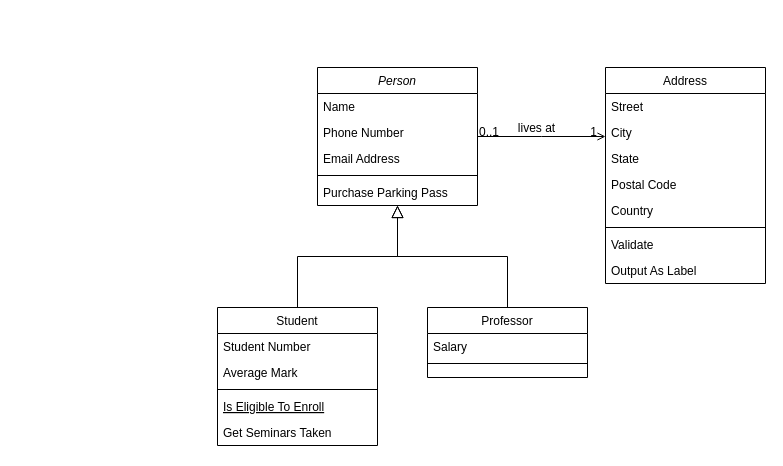
Earlier version of the draw.io diagram docs/diagrams/class_diagram.drawio (13TRIS/13TRIS). Source tidied: cells renumbered, new cells numbered last; positions are measured from the earlier drawing's top-left corner, leaving out a move shared by most shapes. Both pictures are drawn from the tidied source at 100%, with x=0, y=0 at pixel (217, 67).
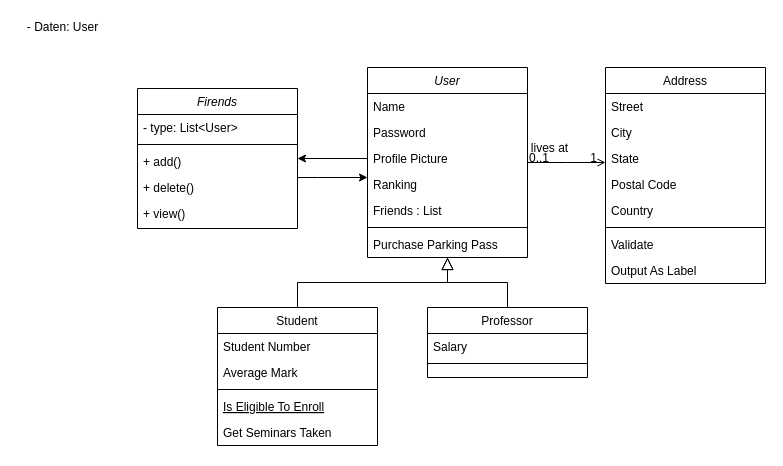
The same diagram, later.

The change refers to these unchanged cells:
```xml
<mxCell id="28" style="endArrow=open;shadow=0;strokeWidth=1;rounded=0;endFill=1;edgeStyle=elbowEdgeStyle;elbow=vertical;" parent="1" edge="1" source="2" target="19">
  <mxGeometry x="0.5" y="41" relative="1" as="geometry">
    <mxPoint x="-40" y="32" as="offset" />
  </mxGeometry>
</mxCell>
```

Diff of the diagram source:
```diff
@@
-    <mxCell id="2" value="Person" style="swimlane;fontStyle=2;align=center;verticalAlign=top;horizontal=1;startSize=26;rounded=0;shadow=0;strokeWidth=1;" parent="1" vertex="1">
-      <mxGeometry x="100" width="160" height="138" as="geometry" />
+    <mxCell id="2" value="User" style="swimlane;fontStyle=2;align=center;verticalAlign=top;horizontal=1;startSize=26;rounded=0;shadow=0;strokeWidth=1;" parent="1" vertex="1">
+      <mxGeometry x="150" width="160" height="190" as="geometry" />
     </mxCell>
@@
-    <mxCell id="4" value="Phone Number" style="text;align=left;verticalAlign=top;spacingLeft=4;spacingRight=4;overflow=hidden;rounded=0;shadow=0;html=0;" parent="2" vertex="1">
+    <mxCell id="4" value="Password" style="text;align=left;verticalAlign=top;spacingLeft=4;spacingRight=4;overflow=hidden;rounded=0;shadow=0;html=0;" parent="2" vertex="1">
       <mxGeometry y="52" width="160" height="26" as="geometry" />
     </mxCell>
-    <mxCell id="5" value="Email Address" style="text;align=left;verticalAlign=top;spacingLeft=4;spacingRight=4;overflow=hidden;points=[[0,0.5],[1,0.5]];portConstraint=eastwest;rounded=0;shadow=0;html=0;" parent="2" vertex="1">
+    <mxCell id="5" value="Profile Picture" style="text;align=left;verticalAlign=top;spacingLeft=4;spacingRight=4;overflow=hidden;points=[[0,0.5],[1,0.5]];portConstraint=eastwest;rounded=0;shadow=0;html=0;" parent="2" vertex="1">
       <mxGeometry y="78" width="160" height="26" as="geometry" />
     </mxCell>
+    <mxCell id="32" value="Ranking" style="text;align=left;verticalAlign=top;spacingLeft=4;spacingRight=4;overflow=hidden;rounded=0;shadow=0;html=0;" parent="2" vertex="1">
+      <mxGeometry y="104" width="160" height="26" as="geometry" />
+    </mxCell>
+    <mxCell id="33" value="Friends : List" style="text;align=left;verticalAlign=top;spacingLeft=4;spacingRight=4;overflow=hidden;rounded=0;shadow=0;html=0;" parent="2" vertex="1">
+      <mxGeometry y="130" width="160" height="26" as="geometry" />
+    </mxCell>
     <mxCell id="6" style="line;html=1;strokeWidth=1;align=left;verticalAlign=middle;spacingTop=-1;spacingLeft=3;spacingRight=3;labelPosition=right;" parent="2" vertex="1">
-      <mxGeometry y="104" width="160" height="8" as="geometry" />
+      <mxGeometry y="156" width="160" height="8" as="geometry" />
     </mxCell>
     <mxCell id="7" value="Purchase Parking Pass" style="text;align=left;verticalAlign=top;spacingLeft=4;spacingRight=4;overflow=hidden;" parent="2" vertex="1">
-      <mxGeometry y="112" width="160" height="26" as="geometry" />
+      <mxGeometry y="164" width="160" height="26" as="geometry" />
     </mxCell>
@@
     <mxCell id="31" value="lives at" style="text;html=1;align=center;verticalAlign=middle;labelBackgroundColor=none;rounded=0;shadow=0;strokeWidth=1;fontSize=12;" parent="28" vertex="1">
       <mxGeometry x="0.5" y="49" relative="1" as="geometry">
-        <mxPoint x="-38" y="40" as="offset" />
+        <mxPoint x="-38" y="34" as="offset" />
       </mxGeometry>
     </mxCell>
+    <mxCell id="34" value="&lt;div&gt;- Daten: User&lt;/div&gt;" style="text;html=1;align=center;verticalAlign=middle;strokeColor=none;fillColor=none;" parent="1" vertex="1">
+      <mxGeometry x="-200" y="-50" width="90" height="20" as="geometry" />
+    </mxCell>
+    <mxCell id="35" style="edgeStyle=orthogonalEdgeStyle;rounded=0;jettySize=auto;html=1;" parent="1" edge="1" source="36" target="2">
+      <mxGeometry relative="1" as="geometry">
+        <Array as="points">
+          <mxPoint x="100" y="110" />
+          <mxPoint x="100" y="110" />
+        </Array>
+      </mxGeometry>
+    </mxCell>
+    <mxCell id="36" value="Firends" style="swimlane;fontStyle=2;align=center;verticalAlign=top;horizontal=1;startSize=26;rounded=0;shadow=0;strokeWidth=1;" parent="1" vertex="1">
+      <mxGeometry x="-80" y="21" width="160" height="140" as="geometry" />
+    </mxCell>
+    <mxCell id="37" value="- type: List&lt;User&gt;" style="text;align=left;verticalAlign=top;spacingLeft=4;spacingRight=4;overflow=hidden;" parent="36" vertex="1">
+      <mxGeometry y="26" width="160" height="26" as="geometry" />
+    </mxCell>
+    <mxCell id="38" style="line;html=1;strokeWidth=1;align=left;verticalAlign=middle;spacingTop=-1;spacingLeft=3;spacingRight=3;labelPosition=right;" parent="36" vertex="1">
+      <mxGeometry y="52" width="160" height="8" as="geometry" />
+    </mxCell>
+    <mxCell id="39" value="+ add()" style="text;align=left;verticalAlign=top;spacingLeft=4;spacingRight=4;overflow=hidden;" parent="36" vertex="1">
+      <mxGeometry y="60" width="160" height="26" as="geometry" />
+    </mxCell>
+    <mxCell id="40" value="+ delete()" style="text;align=left;verticalAlign=top;spacingLeft=4;spacingRight=4;overflow=hidden;" parent="36" vertex="1">
+      <mxGeometry y="86" width="160" height="26" as="geometry" />
+    </mxCell>
+    <mxCell id="41" value="+ view()" style="text;align=left;verticalAlign=top;spacingLeft=4;spacingRight=4;overflow=hidden;" parent="36" vertex="1">
+      <mxGeometry y="112" width="160" height="26" as="geometry" />
+    </mxCell>
+    <mxCell id="42" style="edgeStyle=orthogonalEdgeStyle;rounded=0;jettySize=auto;html=1;" parent="1" edge="1" source="5" target="36">
+      <mxGeometry relative="1" as="geometry" />
+    </mxCell>
```
